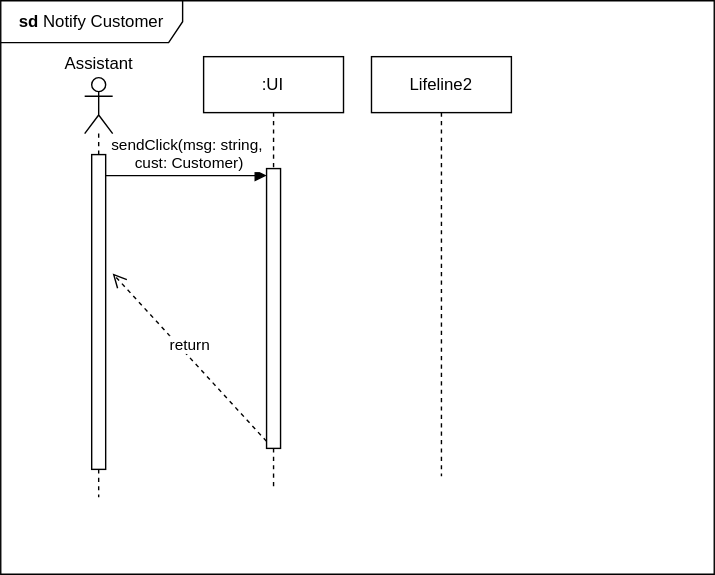
Above: Notify Customer ISD.svg in Simamkele88/IFM3_GP (draw.io), before the change. Source tidied: cells renumbered, new cells last; positions are measured from the earlier drawing's top-left corner, leaving out a move shared by most shapes. The source it was exported from:
```xml
<mxGraphModel>
  <root>
    <mxCell id="0" />
    <mxCell id="1" parent="0" />
    <mxCell id="2" value="&lt;b&gt;sd&lt;/b&gt; Notify Customer" style="shape=umlFrame;whiteSpace=wrap;html=1;width=130;height=30;" parent="1" vertex="1">
      <mxGeometry width="510" height="410" as="geometry" />
    </mxCell>
    <mxCell id="3" style="shape=umlLifeline;perimeter=lifelinePerimeter;whiteSpace=wrap;html=1;newEdgeStyle={&quot;curved&quot;:0,&quot;rounded&quot;:0};participant=umlActor;" parent="1" vertex="1">
      <mxGeometry x="60" y="55" width="20" height="300" as="geometry" />
    </mxCell>
    <mxCell id="4" style="html=1;points=[[0,0,0,0,5],[0,1,0,0,-5],[1,0,0,0,5],[1,1,0,0,-5]];perimeter=orthogonalPerimeter;outlineConnect=0;targetShapes=umlLifeline;portConstraint=eastwest;newEdgeStyle={&quot;curved&quot;:0,&quot;rounded&quot;:0};" parent="3" vertex="1">
      <mxGeometry x="5" y="55" width="10" height="225" as="geometry" />
    </mxCell>
    <mxCell id="5" value="Assistant" style="text;html=1;align=center;verticalAlign=middle;strokeColor=none;fillColor=none;" parent="1" vertex="1">
      <mxGeometry x="35" y="30" width="70" height="30" as="geometry" />
    </mxCell>
    <mxCell id="6" value="sendClick(msg: string,&lt;div&gt;&amp;nbsp;cust: Customer)&lt;/div&gt;" style="html=1;verticalAlign=bottom;endArrow=block;curved=0;rounded=0;entryX=0;entryY=0;entryDx=0;entryDy=5;" parent="1" edge="1" source="4" target="9">
      <mxGeometry relative="1" as="geometry" />
    </mxCell>
    <mxCell id="7" value="return" style="html=1;verticalAlign=bottom;endArrow=open;dashed=1;endSize=8;curved=0;rounded=0;exitX=0;exitY=1;exitDx=0;exitDy=-5;" parent="1" edge="1" source="9">
      <mxGeometry relative="1" as="geometry">
        <mxPoint x="80" y="195" as="targetPoint" />
      </mxGeometry>
    </mxCell>
    <mxCell id="8" value="&lt;blockquote style=&quot;margin: 0 0 0 40px; border: none; padding: 0px;&quot;&gt;:UI&lt;/blockquote&gt;" style="shape=umlLifeline;perimeter=lifelinePerimeter;whiteSpace=wrap;html=1;newEdgeStyle={&quot;edgeStyle&quot;:&quot;elbowEdgeStyle&quot;,&quot;elbow&quot;:&quot;vertical&quot;,&quot;curved&quot;:0,&quot;rounded&quot;:0};align=left;" parent="1" vertex="1">
      <mxGeometry x="145" y="40" width="100" height="310" as="geometry" />
    </mxCell>
    <mxCell id="9" style="html=1;points=[[0,0,0,0,5],[0,1,0,0,-5],[1,0,0,0,5],[1,1,0,0,-5]];perimeter=orthogonalPerimeter;outlineConnect=0;targetShapes=umlLifeline;portConstraint=eastwest;newEdgeStyle={&quot;curved&quot;:0,&quot;rounded&quot;:0};" parent="8" vertex="1">
      <mxGeometry x="45" y="80" width="10" height="200" as="geometry" />
    </mxCell>
    <mxCell id="10" value="Lifeline2" style="shape=umlLifeline;perimeter=lifelinePerimeter;whiteSpace=wrap;html=1;outlineConnect=0;portConstraint=eastwest;newEdgeStyle={&quot;edgeStyle&quot;:&quot;elbowEdgeStyle&quot;,&quot;elbow&quot;:&quot;vertical&quot;,&quot;curved&quot;:0,&quot;rounded&quot;:0};" parent="1" vertex="1">
      <mxGeometry x="265" y="40" width="100" height="300" as="geometry" />
    </mxCell>
  </root>
</mxGraphModel>
```
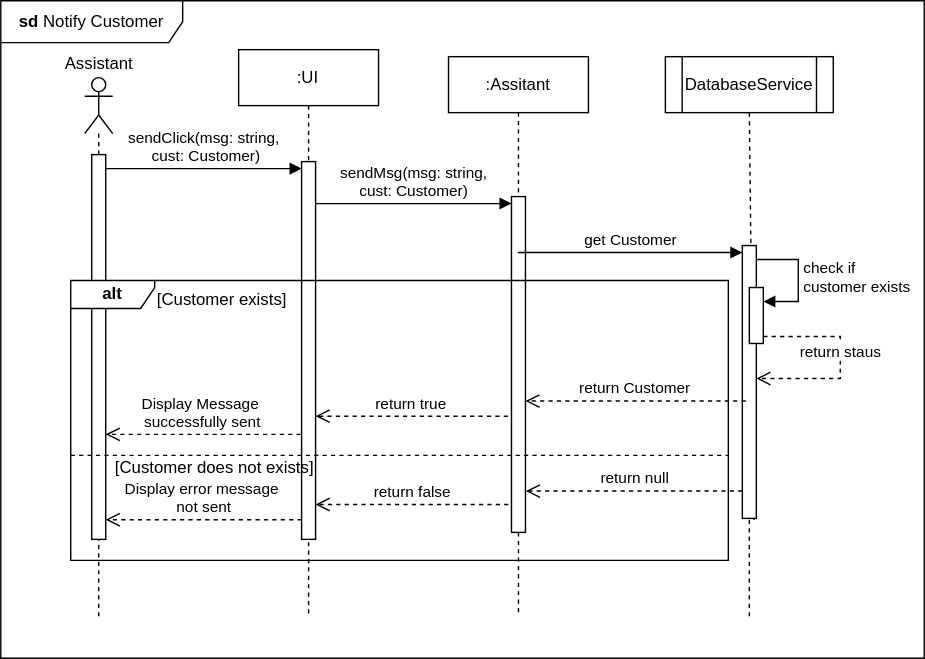
The same diagram one commit later.

What changed in the source:
```diff
@@ -3,13 +3,13 @@
     <mxCell id="0" />
     <mxCell id="1" parent="0" />
     <mxCell id="2" value="&lt;b&gt;sd&lt;/b&gt; Notify Customer" style="shape=umlFrame;whiteSpace=wrap;html=1;width=130;height=30;" parent="1" vertex="1">
-      <mxGeometry width="510" height="410" as="geometry" />
+      <mxGeometry width="660" height="470" as="geometry" />
     </mxCell>
     <mxCell id="3" style="shape=umlLifeline;perimeter=lifelinePerimeter;whiteSpace=wrap;html=1;newEdgeStyle={&quot;curved&quot;:0,&quot;rounded&quot;:0};participant=umlActor;" parent="1" vertex="1">
-      <mxGeometry x="60" y="55" width="20" height="300" as="geometry" />
+      <mxGeometry x="60" y="55" width="20" height="385" as="geometry" />
     </mxCell>
     <mxCell id="4" style="html=1;points=[[0,0,0,0,5],[0,1,0,0,-5],[1,0,0,0,5],[1,1,0,0,-5]];perimeter=orthogonalPerimeter;outlineConnect=0;targetShapes=umlLifeline;portConstraint=eastwest;newEdgeStyle={&quot;curved&quot;:0,&quot;rounded&quot;:0};" parent="3" vertex="1">
-      <mxGeometry x="5" y="55" width="10" height="225" as="geometry" />
+      <mxGeometry x="5" y="55" width="10" height="275" as="geometry" />
     </mxCell>
     <mxCell id="5" value="Assistant" style="text;html=1;align=center;verticalAlign=middle;strokeColor=none;fillColor=none;" parent="1" vertex="1">
       <mxGeometry x="35" y="30" width="70" height="30" as="geometry" />
@@ -17,19 +17,89 @@
     <mxCell id="6" value="sendClick(msg: string,&lt;div&gt;&amp;nbsp;cust: Customer)&lt;/div&gt;" style="html=1;verticalAlign=bottom;endArrow=block;curved=0;rounded=0;entryX=0;entryY=0;entryDx=0;entryDy=5;" parent="1" edge="1" source="4" target="9">
       <mxGeometry relative="1" as="geometry" />
     </mxCell>
-    <mxCell id="7" value="return" style="html=1;verticalAlign=bottom;endArrow=open;dashed=1;endSize=8;curved=0;rounded=0;exitX=0;exitY=1;exitDx=0;exitDy=-5;" parent="1" edge="1" source="9">
-      <mxGeometry relative="1" as="geometry">
-        <mxPoint x="80" y="195" as="targetPoint" />
-      </mxGeometry>
+    <mxCell id="7" value="Display Message&amp;nbsp;&lt;div&gt;successfully sent&lt;/div&gt;" style="html=1;verticalAlign=bottom;endArrow=open;dashed=1;endSize=8;curved=0;rounded=0;exitX=-0.06;exitY=0.722;exitDx=0;exitDy=0;exitPerimeter=0;" parent="1" edge="1" source="9" target="4">
+      <mxGeometry relative="1" as="geometry" />
     </mxCell>
     <mxCell id="8" value="&lt;blockquote style=&quot;margin: 0 0 0 40px; border: none; padding: 0px;&quot;&gt;:UI&lt;/blockquote&gt;" style="shape=umlLifeline;perimeter=lifelinePerimeter;whiteSpace=wrap;html=1;newEdgeStyle={&quot;edgeStyle&quot;:&quot;elbowEdgeStyle&quot;,&quot;elbow&quot;:&quot;vertical&quot;,&quot;curved&quot;:0,&quot;rounded&quot;:0};align=left;" parent="1" vertex="1">
-      <mxGeometry x="145" y="40" width="100" height="310" as="geometry" />
+      <mxGeometry x="170" y="35" width="100" height="405" as="geometry" />
     </mxCell>
     <mxCell id="9" style="html=1;points=[[0,0,0,0,5],[0,1,0,0,-5],[1,0,0,0,5],[1,1,0,0,-5]];perimeter=orthogonalPerimeter;outlineConnect=0;targetShapes=umlLifeline;portConstraint=eastwest;newEdgeStyle={&quot;curved&quot;:0,&quot;rounded&quot;:0};" parent="8" vertex="1">
-      <mxGeometry x="45" y="80" width="10" height="200" as="geometry" />
+      <mxGeometry x="45" y="80" width="10" height="270" as="geometry" />
     </mxCell>
-    <mxCell id="10" value="Lifeline2" style="shape=umlLifeline;perimeter=lifelinePerimeter;whiteSpace=wrap;html=1;outlineConnect=0;portConstraint=eastwest;newEdgeStyle={&quot;edgeStyle&quot;:&quot;elbowEdgeStyle&quot;,&quot;elbow&quot;:&quot;vertical&quot;,&quot;curved&quot;:0,&quot;rounded&quot;:0};" parent="1" vertex="1">
-      <mxGeometry x="265" y="40" width="100" height="300" as="geometry" />
+    <mxCell id="10" value=":Assitant" style="shape=umlLifeline;perimeter=lifelinePerimeter;whiteSpace=wrap;html=1;outlineConnect=0;portConstraint=eastwest;newEdgeStyle={&quot;edgeStyle&quot;:&quot;elbowEdgeStyle&quot;,&quot;elbow&quot;:&quot;vertical&quot;,&quot;curved&quot;:0,&quot;rounded&quot;:0};" parent="1" vertex="1">
+      <mxGeometry x="320" y="40" width="100" height="400" as="geometry" />
     </mxCell>
+    <mxCell id="11" style="html=1;points=[[0,0,0,0,5],[0,1,0,0,-5],[1,0,0,0,5],[1,1,0,0,-5]];perimeter=orthogonalPerimeter;outlineConnect=0;targetShapes=umlLifeline;portConstraint=eastwest;newEdgeStyle={&quot;curved&quot;:0,&quot;rounded&quot;:0};" parent="10" vertex="1">
+      <mxGeometry x="45" y="100" width="10" height="240" as="geometry" />
+    </mxCell>
+    <mxCell id="12" value="sendMsg(msg: string,&lt;div&gt;cust: Customer)&lt;/div&gt;" style="html=1;verticalAlign=bottom;endArrow=block;curved=0;rounded=0;entryX=0;entryY=0;entryDx=0;entryDy=5;" parent="1" edge="1" source="9" target="11">
+      <mxGeometry relative="1" as="geometry" />
+    </mxCell>
+    <mxCell id="13" value="DatabaseService" style="shape=process;whiteSpace=wrap;html=1;backgroundOutline=1;" parent="1" vertex="1">
+      <mxGeometry x="475" y="40" width="120" height="40" as="geometry" />
+    </mxCell>
+    <mxCell id="14" style="endArrow=none;dashed=1;html=1;rounded=0;entryX=0.5;entryY=1;entryDx=0;entryDy=0;exitX=0.836;exitY=1.006;exitDx=0;exitDy=0;exitPerimeter=0;" parent="1" edge="1" source="17" target="13">
+      <mxGeometry relative="1" as="geometry" />
+    </mxCell>
+    <mxCell id="15" value="get Customer" style="html=1;verticalAlign=bottom;endArrow=block;curved=0;rounded=0;entryX=0;entryY=0;entryDx=0;entryDy=5;" parent="1" edge="1" source="10" target="17">
+      <mxGeometry relative="1" as="geometry" />
+    </mxCell>
+    <mxCell id="16" style="endArrow=none;dashed=1;html=1;rounded=0;entryX=0.5;entryY=1;entryDx=0;entryDy=0;" parent="1" edge="1" target="17">
+      <mxGeometry relative="1" as="geometry">
+        <mxPoint x="535" y="440" as="sourcePoint" />
+      </mxGeometry>
+    </mxCell>
+    <mxCell id="17" style="html=1;points=[[0,0,0,0,5],[0,1,0,0,-5],[1,0,0,0,5],[1,1,0,0,-5]];perimeter=orthogonalPerimeter;outlineConnect=0;targetShapes=umlLifeline;portConstraint=eastwest;newEdgeStyle={&quot;curved&quot;:0,&quot;rounded&quot;:0};" parent="1" vertex="1">
+      <mxGeometry x="530" y="175" width="10" height="195" as="geometry" />
+    </mxCell>
+    <mxCell id="18" style="html=1;points=[[0,0,0,0,5],[0,1,0,0,-5],[1,0,0,0,5],[1,1,0,0,-5]];perimeter=orthogonalPerimeter;outlineConnect=0;targetShapes=umlLifeline;portConstraint=eastwest;newEdgeStyle={&quot;curved&quot;:0,&quot;rounded&quot;:0};" parent="1" vertex="1">
+      <mxGeometry x="535" y="205" width="10" height="40" as="geometry" />
+    </mxCell>
+    <mxCell id="19" value="check if&amp;nbsp;&lt;div&gt;customer exists&lt;/div&gt;" style="html=1;align=left;spacingLeft=2;endArrow=block;rounded=0;edgeStyle=orthogonalEdgeStyle;curved=0;rounded=0;" parent="1" edge="1" target="18">
+      <mxGeometry relative="1" as="geometry">
+        <mxPoint x="540" y="185" as="sourcePoint" />
+        <Array as="points">
+          <mxPoint x="570" y="215" />
+        </Array>
+      </mxGeometry>
+    </mxCell>
+    <mxCell id="20" value="return staus" style="html=1;verticalAlign=bottom;endArrow=open;dashed=1;endSize=8;curved=0;rounded=0;" parent="1" edge="1" source="18">
+      <mxGeometry x="0.03" relative="1" as="geometry">
+        <mxPoint x="540" y="270" as="targetPoint" />
+        <Array as="points">
+          <mxPoint x="600" y="240" />
+          <mxPoint x="600" y="270" />
+        </Array>
+      </mxGeometry>
+    </mxCell>
+    <mxCell id="21" value="&lt;b&gt;alt&lt;/b&gt;" style="shape=umlFrame;whiteSpace=wrap;html=1;width=60;height=20;" parent="1" vertex="1">
+      <mxGeometry x="50" y="200" width="470" height="200" as="geometry" />
+    </mxCell>
+    <mxCell id="22" value="[Customer exists]" style="text;html=1;" parent="21" vertex="1">
+      <mxGeometry width="100" height="20" relative="1" as="geometry">
+        <mxPoint x="60" as="offset" />
+      </mxGeometry>
+    </mxCell>
+    <mxCell id="23" style="line;strokeWidth=1;dashed=1;labelPosition=center;verticalLabelPosition=bottom;align=left;verticalAlign=top;spacingLeft=20;spacingTop=15;html=1;whiteSpace=wrap;" parent="21" vertex="1">
+      <mxGeometry y="120" width="470" height="10" as="geometry" />
+    </mxCell>
+    <mxCell id="24" value="[Customer does not exists]" style="text;html=1;" parent="21" vertex="1">
+      <mxGeometry x="30" y="120" width="150" height="20" as="geometry" />
+    </mxCell>
+    <mxCell id="25" value="return Customer" style="html=1;verticalAlign=bottom;endArrow=open;dashed=1;endSize=8;curved=0;rounded=0;exitX=0.245;exitY=0.57;exitDx=0;exitDy=0;exitPerimeter=0;" parent="1" edge="1" source="17" target="11">
+      <mxGeometry relative="1" as="geometry" />
+    </mxCell>
+    <mxCell id="26" value="return true" style="html=1;verticalAlign=bottom;endArrow=open;dashed=1;endSize=8;curved=0;rounded=0;exitX=-0.255;exitY=0.654;exitDx=0;exitDy=0;exitPerimeter=0;" parent="1" edge="1" source="11" target="9">
+      <mxGeometry relative="1" as="geometry" />
+    </mxCell>
+    <mxCell id="27" value="return null" style="html=1;verticalAlign=bottom;endArrow=open;dashed=1;endSize=8;curved=0;rounded=0;entryX=1.029;entryY=0.877;entryDx=0;entryDy=0;entryPerimeter=0;" parent="1" edge="1" source="17" target="11">
+      <mxGeometry relative="1" as="geometry" />
+    </mxCell>
+    <mxCell id="28" value="return false" style="html=1;verticalAlign=bottom;endArrow=open;dashed=1;endSize=8;curved=0;rounded=0;exitX=-0.223;exitY=0.917;exitDx=0;exitDy=0;exitPerimeter=0;" parent="1" edge="1" source="11" target="9">
+      <mxGeometry relative="1" as="geometry" />
+    </mxCell>
+    <mxCell id="29" value="Display error message&amp;nbsp;&lt;div&gt;not sent&lt;/div&gt;" style="html=1;verticalAlign=bottom;endArrow=open;dashed=1;endSize=8;curved=0;rounded=0;exitX=0.008;exitY=0.948;exitDx=0;exitDy=0;exitPerimeter=0;" parent="1" edge="1" source="9" target="4">
+      <mxGeometry relative="1" as="geometry" />
+    </mxCell>
   </root>
 </mxGraphModel>
```
